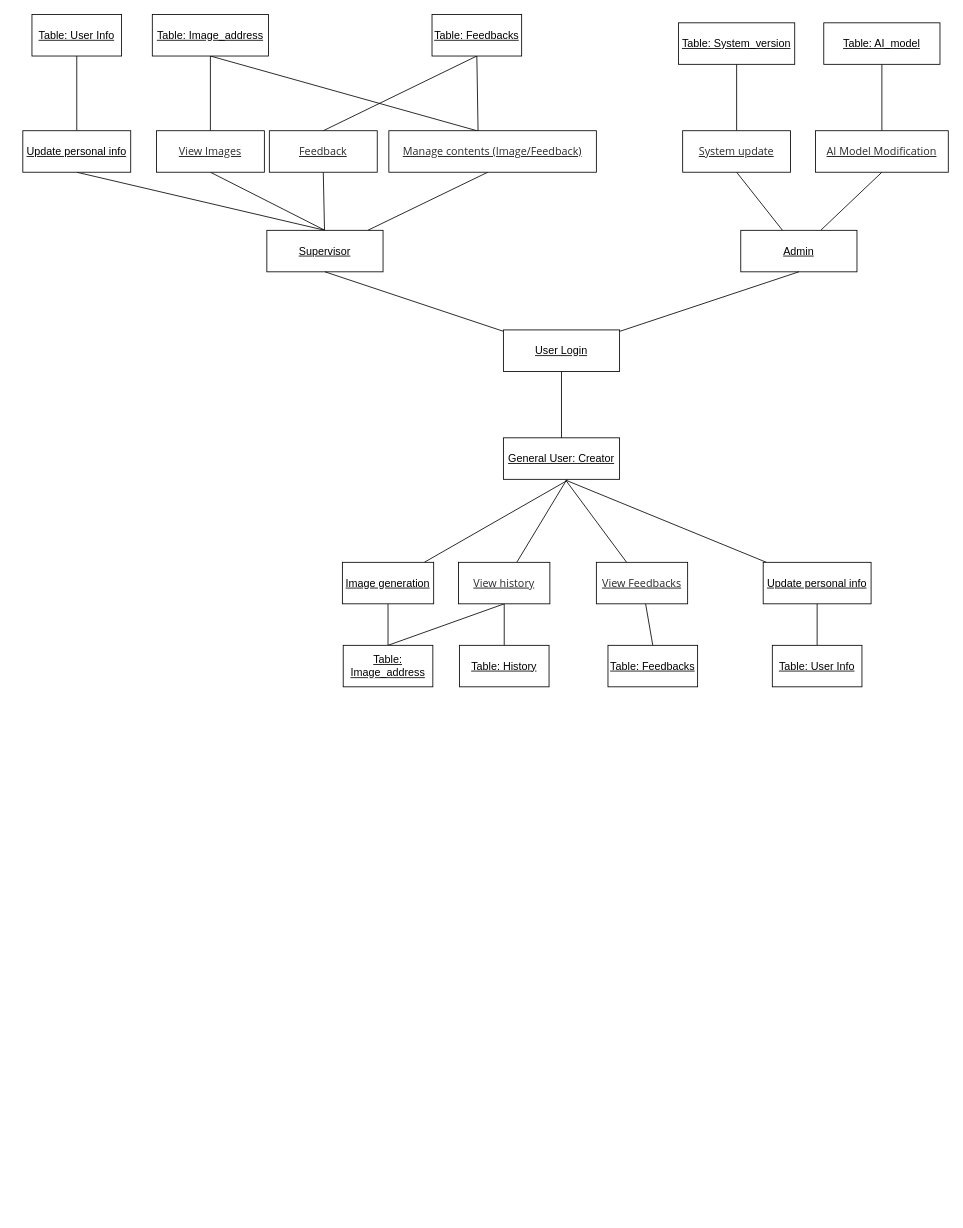
Before: Documentation/Object diagram/Object Diagram.drawio in Darrenchenn/Model-based-software-design, a draw.io diagram. Source tidied: cells renumbered, new cells numbered last; positions are measured from the earlier drawing's top-left corner, leaving out a move shared by most shapes. Both pictures are drawn from the tidied source at 83%, with x=0, y=0 at pixel (22, 14).
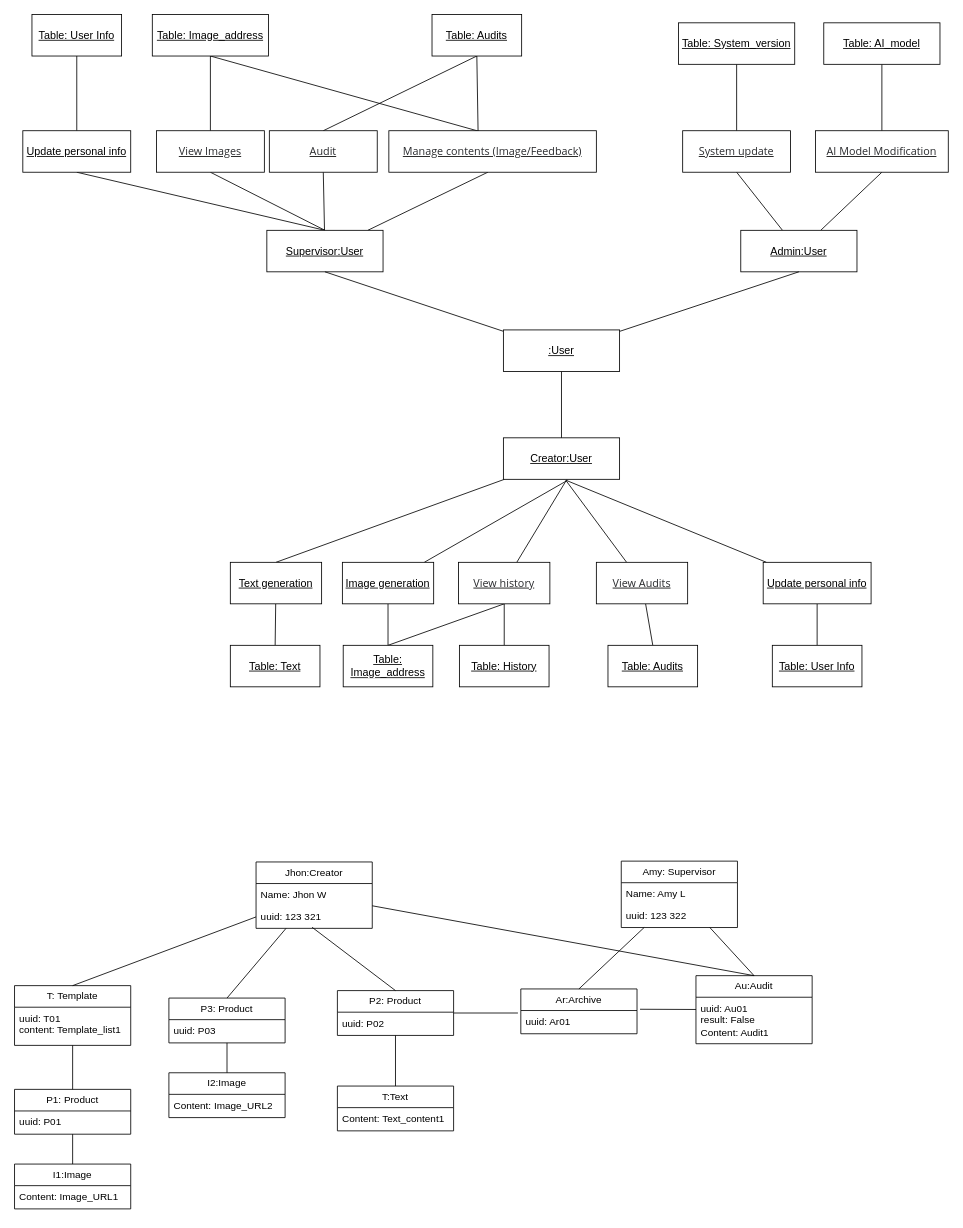
The same page after the edit.

Change to the diagram source:
```diff
@@
+    <mxCell id="50" style="rounded=0;jettySize=auto;html=1;entryX=0.5;entryY=0;entryDx=0;entryDy=0;endArrow=none;endFill=0;" parent="1" edge="1" source="6" target="64">
+      <mxGeometry relative="1" as="geometry" />
+    </mxCell>
-    <mxCell id="6" value="&lt;span style=&quot;font-size: 13px;&quot;&gt;General User: Creator&lt;/span&gt;" style="html=1;whiteSpace=wrap;fontSize=13;fontStyle=4;" parent="1" vertex="1">
+    <mxCell id="6" value="&lt;span style=&quot;font-size: 13px;&quot;&gt;Creator:User&lt;/span&gt;" style="html=1;whiteSpace=wrap;fontSize=13;fontStyle=4;" parent="1" vertex="1">
       <mxGeometry x="579" y="510" width="140" height="50" as="geometry" />
     </mxCell>
@@
-    <mxCell id="13" value="&lt;ul style=&quot;box-sizing: border-box; margin: 0px; padding: 0px; color: rgb(42, 43, 46); font-family: &amp;quot;PingFang SC&amp;quot;, &amp;quot;Segoe UI&amp;quot;, Arial, &amp;quot;Microsoft YaHei&amp;quot;, 微软雅黑, 宋体, &amp;quot;Malgun Gothic&amp;quot;, sans-serif; font-size: 13px; text-align: start;&quot;&gt;&lt;li style=&quot;box-sizing: border-box; margin: 0px; padding: 0px; list-style: none; font-size: 13px;&quot;&gt;&lt;p style=&quot;box-sizing: border-box; margin: 0px 0px 2px; padding: 0px; line-height: 21px; display: inline; font-size: 13px;&quot; class=&quot;src grammarSection&quot;&gt;View Feedbacks&lt;/p&gt;&lt;/li&gt;&lt;/ul&gt;" style="html=1;whiteSpace=wrap;fontSize=13;fontStyle=4;" parent="1" vertex="1">
+    <mxCell id="13" value="&lt;ul style=&quot;box-sizing: border-box; margin: 0px; padding: 0px; color: rgb(42, 43, 46); font-family: &amp;quot;PingFang SC&amp;quot;, &amp;quot;Segoe UI&amp;quot;, Arial, &amp;quot;Microsoft YaHei&amp;quot;, 微软雅黑, 宋体, &amp;quot;Malgun Gothic&amp;quot;, sans-serif; font-size: 13px; text-align: start;&quot;&gt;&lt;li style=&quot;box-sizing: border-box; margin: 0px; padding: 0px; list-style: none; font-size: 13px;&quot;&gt;&lt;p style=&quot;box-sizing: border-box; margin: 0px 0px 2px; padding: 0px; line-height: 21px; display: inline; font-size: 13px;&quot; class=&quot;src grammarSection&quot;&gt;View Audits&lt;/p&gt;&lt;/li&gt;&lt;/ul&gt;" style="html=1;whiteSpace=wrap;fontSize=13;fontStyle=4;" parent="1" vertex="1">
       <mxGeometry x="691" y="660" width="110" height="50" as="geometry" />
     </mxCell>
@@
-    <mxCell id="17" value="Table: Feedbacks" style="rounded=0;whiteSpace=wrap;html=1;fontSize=13;fontStyle=4;" parent="1" vertex="1">
+    <mxCell id="17" value="Table: Audits" style="rounded=0;whiteSpace=wrap;html=1;fontSize=13;fontStyle=4;" parent="1" vertex="1">
       <mxGeometry x="705" y="760" width="108" height="50" as="geometry" />
     </mxCell>
@@
-    <mxCell id="22" value="&lt;span style=&quot;font-size: 13px;&quot;&gt;Admin&lt;/span&gt;" style="html=1;whiteSpace=wrap;fontStyle=4;fontSize=13;" parent="1" vertex="1">
+    <mxCell id="22" value="&lt;span style=&quot;font-size: 13px;&quot;&gt;Admin:User&lt;/span&gt;" style="html=1;whiteSpace=wrap;fontStyle=4;fontSize=13;" parent="1" vertex="1">
       <mxGeometry x="865" y="260" width="140" height="50" as="geometry" />
     </mxCell>
@@
-    <mxCell id="27" value="&lt;span style=&quot;font-size: 13px;&quot;&gt;Supervisor&lt;/span&gt;" style="html=1;whiteSpace=wrap;fontStyle=4;fontSize=13;" parent="1" vertex="1">
+    <mxCell id="27" value="&lt;span style=&quot;font-size: 13px;&quot;&gt;Supervisor:User&lt;/span&gt;" style="html=1;whiteSpace=wrap;fontStyle=4;fontSize=13;" parent="1" vertex="1">
       <mxGeometry x="294" y="260" width="140" height="50" as="geometry" />
     </mxCell>
@@
-    <mxCell id="35" value="Table: Feedbacks" style="rounded=0;whiteSpace=wrap;html=1;fontSize=13;fontStyle=4;" parent="1" vertex="1">
+    <mxCell id="35" value="Table: Audits" style="rounded=0;whiteSpace=wrap;html=1;fontSize=13;fontStyle=4;" parent="1" vertex="1">
       <mxGeometry x="493" width="108" height="50" as="geometry" />
     </mxCell>
@@
-    <mxCell id="45" value="&lt;span style=&quot;font-size: 13px;&quot;&gt;User Login&lt;/span&gt;" style="html=1;whiteSpace=wrap;fontStyle=4;fontSize=13;" parent="1" vertex="1">
+    <mxCell id="45" value="&lt;span style=&quot;font-size: 13px;&quot;&gt;:User&lt;/span&gt;" style="html=1;whiteSpace=wrap;fontStyle=4;fontSize=13;" parent="1" vertex="1">
       <mxGeometry x="579" y="380" width="140" height="50" as="geometry" />
     </mxCell>
-    <mxCell id="46" value="&lt;ul style=&quot;box-sizing: border-box; margin: 0px; padding: 0px; color: rgb(42, 43, 46); font-family: &amp;quot;PingFang SC&amp;quot;, &amp;quot;Segoe UI&amp;quot;, Arial, &amp;quot;Microsoft YaHei&amp;quot;, 微软雅黑, 宋体, &amp;quot;Malgun Gothic&amp;quot;, sans-serif; font-size: 13px; text-align: start;&quot;&gt;&lt;li style=&quot;box-sizing: border-box; margin: 0px; padding: 0px; list-style: none; font-size: 13px;&quot;&gt;&lt;p style=&quot;box-sizing: border-box; margin: 0px 0px 2px; padding: 0px; line-height: 21px; display: inline; font-size: 13px; background-color: rgb(255, 255, 255);&quot; class=&quot;src grammarSection highlight&quot;&gt;Feedback&lt;/p&gt;&lt;/li&gt;&lt;/ul&gt;" style="html=1;whiteSpace=wrap;fontSize=13;fontStyle=4;" parent="1" vertex="1">
+    <mxCell id="46" value="&lt;ul style=&quot;box-sizing: border-box; margin: 0px; padding: 0px; color: rgb(42, 43, 46); font-family: &amp;quot;PingFang SC&amp;quot;, &amp;quot;Segoe UI&amp;quot;, Arial, &amp;quot;Microsoft YaHei&amp;quot;, 微软雅黑, 宋体, &amp;quot;Malgun Gothic&amp;quot;, sans-serif; font-size: 13px; text-align: start;&quot;&gt;&lt;li style=&quot;box-sizing: border-box; margin: 0px; padding: 0px; list-style: none; font-size: 13px;&quot;&gt;&lt;p style=&quot;box-sizing: border-box; margin: 0px 0px 2px; padding: 0px; line-height: 21px; display: inline; font-size: 13px; background-color: rgb(255, 255, 255);&quot; class=&quot;src grammarSection highlight&quot;&gt;Audit&lt;/p&gt;&lt;/li&gt;&lt;/ul&gt;" style="html=1;whiteSpace=wrap;fontSize=13;fontStyle=4;" parent="1" vertex="1">
       <mxGeometry x="297" y="140" width="130" height="50" as="geometry" />
     </mxCell>
@@
+    <mxCell id="51" style="rounded=0;jettySize=auto;html=1;entryX=0.5;entryY=0;entryDx=0;entryDy=0;exitX=0.482;exitY=0.333;exitDx=0;exitDy=0;exitPerimeter=0;endArrow=none;endFill=0;" parent="1" edge="1" source="58" target="67">
+      <mxGeometry relative="1" as="geometry" />
+    </mxCell>
+    <mxCell id="52" style="rounded=0;jettySize=auto;html=1;entryX=0.5;entryY=0;entryDx=0;entryDy=0;endArrow=none;endFill=0;" parent="1" edge="1" source="55" target="91">
+      <mxGeometry relative="1" as="geometry" />
+    </mxCell>
+    <mxCell id="53" style="rounded=0;jettySize=auto;html=1;entryX=0.5;entryY=0;entryDx=0;entryDy=0;endArrow=none;endFill=0;" parent="1" edge="1" source="55" target="95">
+      <mxGeometry relative="1" as="geometry" />
+    </mxCell>
+    <mxCell id="54" style="rounded=0;jettySize=auto;html=1;entryX=0.5;entryY=0;entryDx=0;entryDy=0;endArrow=none;endFill=0;" parent="1" edge="1" source="55" target="86">
+      <mxGeometry relative="1" as="geometry" />
+    </mxCell>
+    <mxCell id="55" value="Jhon:Creator" style="swimlane;fontStyle=0;horizontal=1;startSize=26;fillColor=none;whiteSpace=wrap;html=1;" parent="1" vertex="1">
+      <mxGeometry x="281" y="1021" width="140" height="80" as="geometry" />
+    </mxCell>
+    <mxCell id="56" value="Name: Jhon W" style="text;strokeColor=none;fillColor=none;align=left;verticalAlign=top;spacingLeft=4;spacingRight=4;overflow=hidden;whiteSpace=wrap;html=1;" parent="55" vertex="1">
+      <mxGeometry y="26" width="140" height="26" as="geometry" />
+    </mxCell>
+    <mxCell id="57" value="uuid: 123 321" style="text;strokeColor=none;fillColor=none;align=left;verticalAlign=top;spacingLeft=4;spacingRight=4;overflow=hidden;whiteSpace=wrap;html=1;" parent="55" vertex="1">
+      <mxGeometry y="52" width="140" height="26" as="geometry" />
+    </mxCell>
+    <mxCell id="58" value="&lt;br&gt;&lt;br&gt;" style="text;strokeColor=none;fillColor=none;align=left;verticalAlign=top;spacingLeft=4;spacingRight=4;overflow=hidden;points=[[0,0.5],[1,0.5]];portConstraint=eastwest;whiteSpace=wrap;html=1;" parent="55" vertex="1">
+      <mxGeometry y="78" width="140" height="2" as="geometry" />
+    </mxCell>
+    <mxCell id="59" style="rounded=0;jettySize=auto;html=1;entryX=0.5;entryY=0;entryDx=0;entryDy=0;endArrow=none;endFill=0;" parent="1" edge="1" source="60" target="70">
+      <mxGeometry relative="1" as="geometry" />
+    </mxCell>
+    <mxCell id="60" value="P1: Product" style="swimlane;fontStyle=0;horizontal=1;startSize=26;fillColor=none;whiteSpace=wrap;html=1;" parent="1" vertex="1">
+      <mxGeometry x="-10" y="1295" width="140" height="54" as="geometry" />
+    </mxCell>
+    <mxCell id="61" value="uuid: P01" style="text;strokeColor=none;fillColor=none;align=left;verticalAlign=top;spacingLeft=4;spacingRight=4;overflow=hidden;whiteSpace=wrap;html=1;" parent="60" vertex="1">
+      <mxGeometry y="26" width="140" height="26" as="geometry" />
+    </mxCell>
+    <mxCell id="62" value="&lt;br&gt;&lt;br&gt;" style="text;strokeColor=none;fillColor=none;align=left;verticalAlign=top;spacingLeft=4;spacingRight=4;overflow=hidden;whiteSpace=wrap;html=1;" parent="60" vertex="1">
+      <mxGeometry y="52" width="140" height="2" as="geometry" />
+    </mxCell>
+    <mxCell id="63" style="rounded=0;jettySize=auto;html=1;entryX=0.5;entryY=0;entryDx=0;entryDy=0;endArrow=none;endFill=0;" parent="1" edge="1" source="64" target="65">
+      <mxGeometry relative="1" as="geometry" />
+    </mxCell>
+    <mxCell id="64" value="Text generation" style="html=1;whiteSpace=wrap;fontSize=13;fontStyle=4;" parent="1" vertex="1">
+      <mxGeometry x="250" y="660" width="110" height="50" as="geometry" />
+    </mxCell>
+    <mxCell id="65" value="Table: Text" style="rounded=0;whiteSpace=wrap;html=1;fontSize=13;fontStyle=4;" parent="1" vertex="1">
+      <mxGeometry x="250" y="760" width="108" height="50" as="geometry" />
+    </mxCell>
+    <mxCell id="66" style="rounded=0;jettySize=auto;html=1;entryX=0.5;entryY=0;entryDx=0;entryDy=0;endArrow=none;endFill=0;" parent="1" edge="1" source="67" target="73">
+      <mxGeometry relative="1" as="geometry" />
+    </mxCell>
+    <mxCell id="67" value="P2: Product" style="swimlane;fontStyle=0;horizontal=1;startSize=26;fillColor=none;whiteSpace=wrap;html=1;" parent="1" vertex="1">
+      <mxGeometry x="379" y="1176" width="140" height="54" as="geometry" />
+    </mxCell>
+    <mxCell id="68" value="uuid: P02" style="text;strokeColor=none;fillColor=none;align=left;verticalAlign=top;spacingLeft=4;spacingRight=4;overflow=hidden;whiteSpace=wrap;html=1;" parent="67" vertex="1">
+      <mxGeometry y="26" width="140" height="26" as="geometry" />
+    </mxCell>
+    <mxCell id="69" value="&lt;br&gt;&lt;br&gt;" style="text;strokeColor=none;fillColor=none;align=left;verticalAlign=top;spacingLeft=4;spacingRight=4;overflow=hidden;whiteSpace=wrap;html=1;" parent="67" vertex="1">
+      <mxGeometry y="52" width="140" height="2" as="geometry" />
+    </mxCell>
+    <mxCell id="70" value="I1:Image" style="swimlane;fontStyle=0;horizontal=1;startSize=26;fillColor=none;whiteSpace=wrap;html=1;" parent="1" vertex="1">
+      <mxGeometry x="-10" y="1385" width="140" height="54" as="geometry" />
+    </mxCell>
+    <mxCell id="71" value="Content: Image_URL1" style="text;strokeColor=none;fillColor=none;align=left;verticalAlign=top;spacingLeft=4;spacingRight=4;overflow=hidden;whiteSpace=wrap;html=1;" parent="70" vertex="1">
+      <mxGeometry y="26" width="140" height="26" as="geometry" />
+    </mxCell>
+    <mxCell id="72" value="&lt;br&gt;&lt;br&gt;" style="text;strokeColor=none;fillColor=none;align=left;verticalAlign=top;spacingLeft=4;spacingRight=4;overflow=hidden;whiteSpace=wrap;html=1;" parent="70" vertex="1">
+      <mxGeometry y="52" width="140" height="2" as="geometry" />
+    </mxCell>
+    <mxCell id="73" value="T:Text" style="swimlane;fontStyle=0;horizontal=1;startSize=26;fillColor=none;whiteSpace=wrap;html=1;" parent="1" vertex="1">
+      <mxGeometry x="379" y="1291" width="140" height="54" as="geometry" />
+    </mxCell>
+    <mxCell id="74" value="Content: Text_content1" style="text;strokeColor=none;fillColor=none;align=left;verticalAlign=top;spacingLeft=4;spacingRight=4;overflow=hidden;whiteSpace=wrap;html=1;" parent="73" vertex="1">
+      <mxGeometry y="26" width="140" height="26" as="geometry" />
+    </mxCell>
+    <mxCell id="75" value="&lt;br&gt;&lt;br&gt;" style="text;strokeColor=none;fillColor=none;align=left;verticalAlign=top;spacingLeft=4;spacingRight=4;overflow=hidden;whiteSpace=wrap;html=1;" parent="73" vertex="1">
+      <mxGeometry y="52" width="140" height="2" as="geometry" />
+    </mxCell>
+    <mxCell id="76" style="rounded=0;jettySize=auto;html=1;entryX=0.5;entryY=0;entryDx=0;entryDy=0;endArrow=none;endFill=0;" parent="1" edge="1" source="78" target="82">
+      <mxGeometry relative="1" as="geometry" />
+    </mxCell>
+    <mxCell id="77" style="rounded=0;jettySize=auto;html=1;entryX=0.5;entryY=0;entryDx=0;entryDy=0;endArrow=none;endFill=0;" parent="1" edge="1" source="78" target="86">
+      <mxGeometry relative="1" as="geometry" />
+    </mxCell>
+    <mxCell id="78" value="Amy: Supervisor" style="swimlane;fontStyle=0;horizontal=1;startSize=26;fillColor=none;whiteSpace=wrap;html=1;" parent="1" vertex="1">
+      <mxGeometry x="721" y="1020" width="140" height="80" as="geometry" />
+    </mxCell>
+    <mxCell id="79" value="Name: Amy L" style="text;strokeColor=none;fillColor=none;align=left;verticalAlign=top;spacingLeft=4;spacingRight=4;overflow=hidden;whiteSpace=wrap;html=1;" parent="78" vertex="1">
+      <mxGeometry y="26" width="140" height="26" as="geometry" />
+    </mxCell>
+    <mxCell id="80" value="uuid: 123 322" style="text;strokeColor=none;fillColor=none;align=left;verticalAlign=top;spacingLeft=4;spacingRight=4;overflow=hidden;whiteSpace=wrap;html=1;" parent="78" vertex="1">
+      <mxGeometry y="52" width="140" height="26" as="geometry" />
+    </mxCell>
+    <mxCell id="81" value="&lt;br&gt;&lt;br&gt;" style="text;strokeColor=none;fillColor=none;align=left;verticalAlign=top;spacingLeft=4;spacingRight=4;overflow=hidden;whiteSpace=wrap;html=1;" parent="78" vertex="1">
+      <mxGeometry y="78" width="140" height="2" as="geometry" />
+    </mxCell>
+    <mxCell id="82" value="Ar:Archive" style="swimlane;fontStyle=0;horizontal=1;startSize=26;fillColor=none;whiteSpace=wrap;html=1;" parent="1" vertex="1">
+      <mxGeometry x="600" y="1174" width="140" height="54" as="geometry" />
+    </mxCell>
+    <mxCell id="83" value="uuid: Ar01" style="text;strokeColor=none;fillColor=none;align=left;verticalAlign=top;spacingLeft=4;spacingRight=4;overflow=hidden;points=[[0,0.5],[1,0.5]];portConstraint=eastwest;whiteSpace=wrap;html=1;" parent="82" vertex="1">
+      <mxGeometry y="26" width="140" height="26" as="geometry" />
+    </mxCell>
+    <mxCell id="84" value="&lt;br&gt;&lt;br&gt;" style="text;strokeColor=none;fillColor=none;align=left;verticalAlign=top;spacingLeft=4;spacingRight=4;overflow=hidden;whiteSpace=wrap;html=1;" parent="82" vertex="1">
+      <mxGeometry y="52" width="140" height="2" as="geometry" />
+    </mxCell>
+    <mxCell id="85" style="edgeStyle=orthogonalEdgeStyle;rounded=0;jettySize=auto;html=1;entryX=-0.025;entryY=0.115;entryDx=0;entryDy=0;entryPerimeter=0;endArrow=none;endFill=0;" parent="1" edge="1" source="67" target="83">
+      <mxGeometry relative="1" as="geometry" />
+    </mxCell>
+    <mxCell id="86" value="Au:Audit" style="swimlane;fontStyle=0;horizontal=1;startSize=26;fillColor=none;whiteSpace=wrap;html=1;" parent="1" vertex="1">
+      <mxGeometry x="811" y="1158" width="140" height="82" as="geometry" />
+    </mxCell>
+    <mxCell id="87" value="uuid: Au01&lt;br&gt;result: False&lt;br&gt;Content: Audit1" style="text;strokeColor=none;fillColor=none;align=left;verticalAlign=top;spacingLeft=4;spacingRight=4;overflow=hidden;whiteSpace=wrap;html=1;" parent="86" vertex="1">
+      <mxGeometry y="26" width="140" height="54" as="geometry" />
+    </mxCell>
+    <mxCell id="88" value="&lt;br&gt;&lt;br&gt;" style="text;strokeColor=none;fillColor=none;align=left;verticalAlign=top;spacingLeft=4;spacingRight=4;overflow=hidden;whiteSpace=wrap;html=1;" parent="86" vertex="1">
+      <mxGeometry y="80" width="140" height="2" as="geometry" />
+    </mxCell>
+    <mxCell id="89" style="rounded=0;jettySize=auto;html=1;entryX=1.026;entryY=-0.059;entryDx=0;entryDy=0;entryPerimeter=0;endArrow=none;endFill=0;" parent="1" edge="1" source="86" target="83">
+      <mxGeometry relative="1" as="geometry" />
+    </mxCell>
+    <mxCell id="90" style="rounded=0;jettySize=auto;html=1;entryX=0.5;entryY=0;entryDx=0;entryDy=0;endArrow=none;endFill=0;" parent="1" edge="1" source="91" target="60">
+      <mxGeometry relative="1" as="geometry" />
+    </mxCell>
+    <mxCell id="91" value="T: Template" style="swimlane;fontStyle=0;horizontal=1;startSize=26;fillColor=none;whiteSpace=wrap;html=1;" parent="1" vertex="1">
+      <mxGeometry x="-10" y="1170" width="140" height="72" as="geometry" />
+    </mxCell>
+    <mxCell id="92" value="uuid: T01&lt;br&gt;content: Template_list1" style="text;strokeColor=none;fillColor=none;align=left;verticalAlign=top;spacingLeft=4;spacingRight=4;overflow=hidden;whiteSpace=wrap;html=1;" parent="91" vertex="1">
+      <mxGeometry y="26" width="140" height="44" as="geometry" />
+    </mxCell>
+    <mxCell id="93" value="&lt;br&gt;&lt;br&gt;" style="text;strokeColor=none;fillColor=none;align=left;verticalAlign=top;spacingLeft=4;spacingRight=4;overflow=hidden;whiteSpace=wrap;html=1;" parent="91" vertex="1">
+      <mxGeometry y="70" width="140" height="2" as="geometry" />
+    </mxCell>
+    <mxCell id="94" style="rounded=0;jettySize=auto;html=1;entryX=0.5;entryY=0;entryDx=0;entryDy=0;endArrow=none;endFill=0;" parent="1" edge="1" source="95" target="98">
+      <mxGeometry relative="1" as="geometry" />
+    </mxCell>
+    <mxCell id="95" value="P3: Product" style="swimlane;fontStyle=0;horizontal=1;startSize=26;fillColor=none;whiteSpace=wrap;html=1;" parent="1" vertex="1">
+      <mxGeometry x="176" y="1185" width="140" height="54" as="geometry" />
+    </mxCell>
+    <mxCell id="96" value="uuid: P03" style="text;strokeColor=none;fillColor=none;align=left;verticalAlign=top;spacingLeft=4;spacingRight=4;overflow=hidden;whiteSpace=wrap;html=1;" parent="95" vertex="1">
+      <mxGeometry y="26" width="140" height="26" as="geometry" />
+    </mxCell>
+    <mxCell id="97" value="&lt;br&gt;&lt;br&gt;" style="text;strokeColor=none;fillColor=none;align=left;verticalAlign=top;spacingLeft=4;spacingRight=4;overflow=hidden;whiteSpace=wrap;html=1;" parent="95" vertex="1">
+      <mxGeometry y="52" width="140" height="2" as="geometry" />
+    </mxCell>
+    <mxCell id="98" value="I2:Image" style="swimlane;fontStyle=0;horizontal=1;startSize=26;fillColor=none;whiteSpace=wrap;html=1;" parent="1" vertex="1">
+      <mxGeometry x="176" y="1275" width="140" height="54" as="geometry" />
+    </mxCell>
+    <mxCell id="99" value="Content: Image_URL2" style="text;strokeColor=none;fillColor=none;align=left;verticalAlign=top;spacingLeft=4;spacingRight=4;overflow=hidden;whiteSpace=wrap;html=1;" parent="98" vertex="1">
+      <mxGeometry y="26" width="140" height="26" as="geometry" />
+    </mxCell>
+    <mxCell id="100" value="&lt;br&gt;&lt;br&gt;" style="text;strokeColor=none;fillColor=none;align=left;verticalAlign=top;spacingLeft=4;spacingRight=4;overflow=hidden;whiteSpace=wrap;html=1;" parent="98" vertex="1">
+      <mxGeometry y="52" width="140" height="2" as="geometry" />
+    </mxCell>
```
